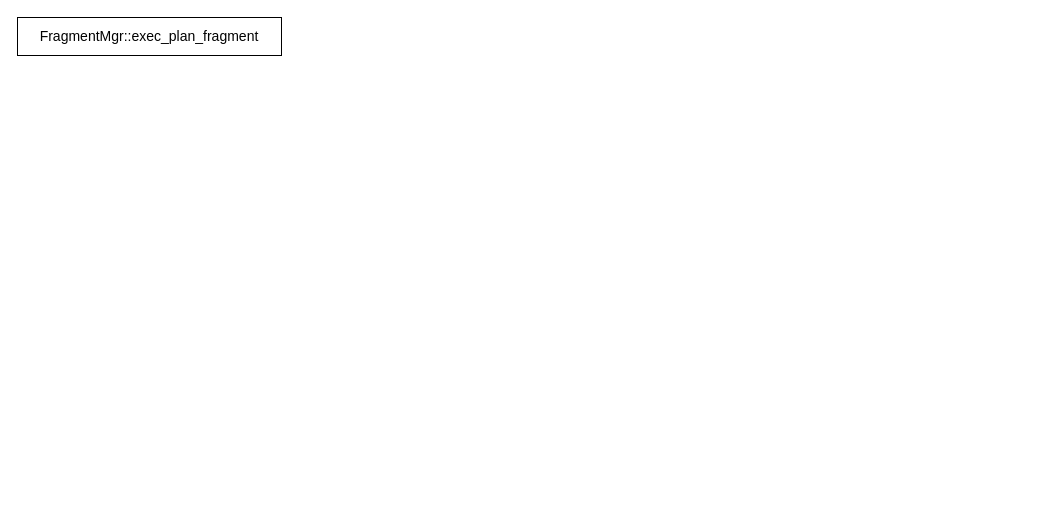
This is doris.drawio from Holworth/DrawIO, a draw.io file, before an edit. Source tidied: cells renumbered, new cells numbered last; positions are measured from the earlier drawing's top-left corner, leaving out a move shared by most shapes. Both pictures are drawn from the tidied source at 100%, with x=0, y=0 at pixel (17, 17).
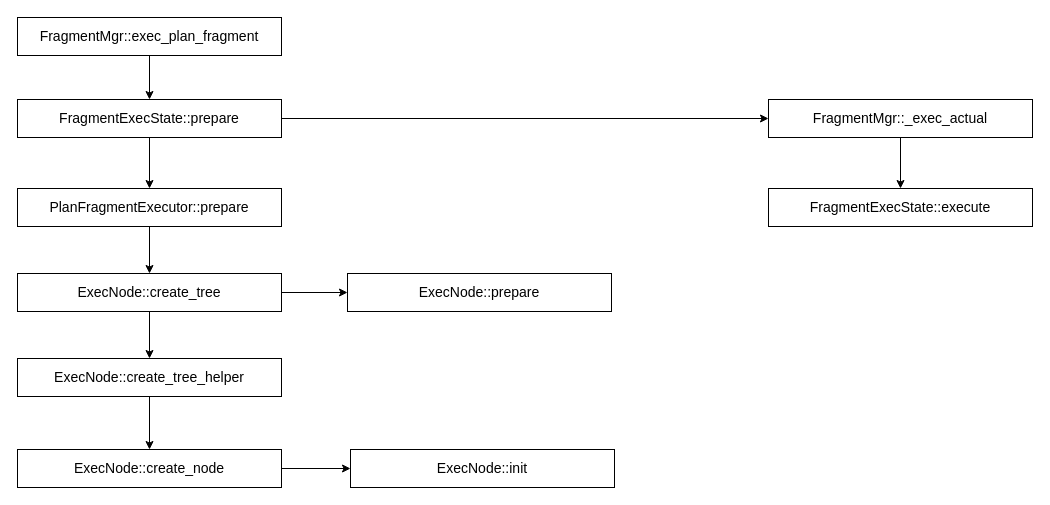
The same page after the edit.

The change refers to these unchanged cells:
```xml
<mxCell id="2" value="&lt;font style=&quot;font-size: 14px;&quot;&gt;FragmentMgr::exec_plan_fragment&lt;/font&gt;" style="rounded=0;whiteSpace=wrap;html=1;" parent="1" vertex="1">
  <mxGeometry width="264" height="38" as="geometry" />
</mxCell>
```

Change to the diagram source:
```diff
@@
+    <mxCell id="3" style="edgeStyle=orthogonalEdgeStyle;rounded=0;jettySize=auto;html=1;entryX=0.5;entryY=0;entryDx=0;entryDy=0;fontSize=14;" parent="1" edge="1" source="2" target="6">
+      <mxGeometry relative="1" as="geometry" />
+    </mxCell>
@@
+    <mxCell id="4" style="edgeStyle=orthogonalEdgeStyle;rounded=0;jettySize=auto;html=1;entryX=0.5;entryY=0;entryDx=0;entryDy=0;fontSize=14;" parent="1" edge="1" source="6" target="8">
+      <mxGeometry relative="1" as="geometry" />
+    </mxCell>
+    <mxCell id="5" style="edgeStyle=orthogonalEdgeStyle;rounded=0;jettySize=auto;html=1;entryX=0;entryY=0.5;entryDx=0;entryDy=0;fontSize=14;" parent="1" edge="1" source="6" target="19">
+      <mxGeometry relative="1" as="geometry" />
+    </mxCell>
+    <mxCell id="6" value="&lt;font style=&quot;font-size: 14px;&quot;&gt;FragmentExecState::prepare&lt;/font&gt;" style="rounded=0;whiteSpace=wrap;html=1;" parent="1" vertex="1">
+      <mxGeometry y="82" width="264" height="38" as="geometry" />
+    </mxCell>
+    <mxCell id="7" style="edgeStyle=orthogonalEdgeStyle;rounded=0;jettySize=auto;html=1;entryX=0.5;entryY=0;entryDx=0;entryDy=0;fontSize=14;" parent="1" edge="1" source="8" target="11">
+      <mxGeometry relative="1" as="geometry" />
+    </mxCell>
+    <mxCell id="8" value="&lt;font style=&quot;font-size: 14px;&quot;&gt;PlanFragmentExecutor::prepare&lt;/font&gt;" style="rounded=0;whiteSpace=wrap;html=1;" parent="1" vertex="1">
+      <mxGeometry y="171" width="264" height="38" as="geometry" />
+    </mxCell>
+    <mxCell id="9" style="edgeStyle=orthogonalEdgeStyle;rounded=0;jettySize=auto;html=1;entryX=0.5;entryY=0;entryDx=0;entryDy=0;fontSize=14;" parent="1" edge="1" source="11" target="13">
+      <mxGeometry relative="1" as="geometry" />
+    </mxCell>
+    <mxCell id="10" style="edgeStyle=orthogonalEdgeStyle;rounded=0;jettySize=auto;html=1;entryX=0;entryY=0.5;entryDx=0;entryDy=0;fontSize=14;" parent="1" edge="1" source="11" target="17">
+      <mxGeometry relative="1" as="geometry" />
+    </mxCell>
+    <mxCell id="11" value="&lt;span style=&quot;font-size: 14px;&quot;&gt;ExecNode::create_tree&lt;/span&gt;" style="rounded=0;whiteSpace=wrap;html=1;" parent="1" vertex="1">
+      <mxGeometry y="256" width="264" height="38" as="geometry" />
+    </mxCell>
+    <mxCell id="12" style="edgeStyle=orthogonalEdgeStyle;rounded=0;jettySize=auto;html=1;entryX=0.5;entryY=0;entryDx=0;entryDy=0;fontSize=14;" parent="1" edge="1" source="13" target="15">
+      <mxGeometry relative="1" as="geometry" />
+    </mxCell>
+    <mxCell id="13" value="&lt;span style=&quot;font-size: 14px;&quot;&gt;ExecNode::create_tree_helper&lt;/span&gt;" style="rounded=0;whiteSpace=wrap;html=1;" parent="1" vertex="1">
+      <mxGeometry y="341" width="264" height="38" as="geometry" />
+    </mxCell>
+    <mxCell id="14" style="edgeStyle=orthogonalEdgeStyle;rounded=0;jettySize=auto;html=1;entryX=0;entryY=0.5;entryDx=0;entryDy=0;fontSize=14;" parent="1" edge="1" source="15" target="16">
+      <mxGeometry relative="1" as="geometry" />
+    </mxCell>
+    <mxCell id="15" value="&lt;span style=&quot;font-size: 14px;&quot;&gt;ExecNode::create_node&lt;/span&gt;" style="rounded=0;whiteSpace=wrap;html=1;" parent="1" vertex="1">
+      <mxGeometry y="432" width="264" height="38" as="geometry" />
+    </mxCell>
+    <mxCell id="16" value="&lt;span style=&quot;font-size: 14px;&quot;&gt;ExecNode::init&lt;/span&gt;" style="rounded=0;whiteSpace=wrap;html=1;" parent="1" vertex="1">
+      <mxGeometry x="333" y="432" width="264" height="38" as="geometry" />
+    </mxCell>
+    <mxCell id="17" value="&lt;span style=&quot;font-size: 14px;&quot;&gt;ExecNode::prepare&lt;/span&gt;" style="rounded=0;whiteSpace=wrap;html=1;" parent="1" vertex="1">
+      <mxGeometry x="330" y="256" width="264" height="38" as="geometry" />
+    </mxCell>
+    <mxCell id="18" style="edgeStyle=orthogonalEdgeStyle;rounded=0;jettySize=auto;html=1;entryX=0.5;entryY=0;entryDx=0;entryDy=0;fontSize=14;" parent="1" edge="1" source="19" target="20">
+      <mxGeometry relative="1" as="geometry" />
+    </mxCell>
+    <mxCell id="19" value="&lt;font style=&quot;font-size: 14px;&quot;&gt;FragmentMgr::_exec_actual&lt;/font&gt;" style="rounded=0;whiteSpace=wrap;html=1;" parent="1" vertex="1">
+      <mxGeometry x="751" y="82" width="264" height="38" as="geometry" />
+    </mxCell>
+    <mxCell id="20" value="&lt;span style=&quot;font-size: 14px;&quot;&gt;FragmentExecState::execute&lt;/span&gt;" style="rounded=0;whiteSpace=wrap;html=1;" parent="1" vertex="1">
+      <mxGeometry x="751" y="171" width="264" height="38" as="geometry" />
+    </mxCell>
```
